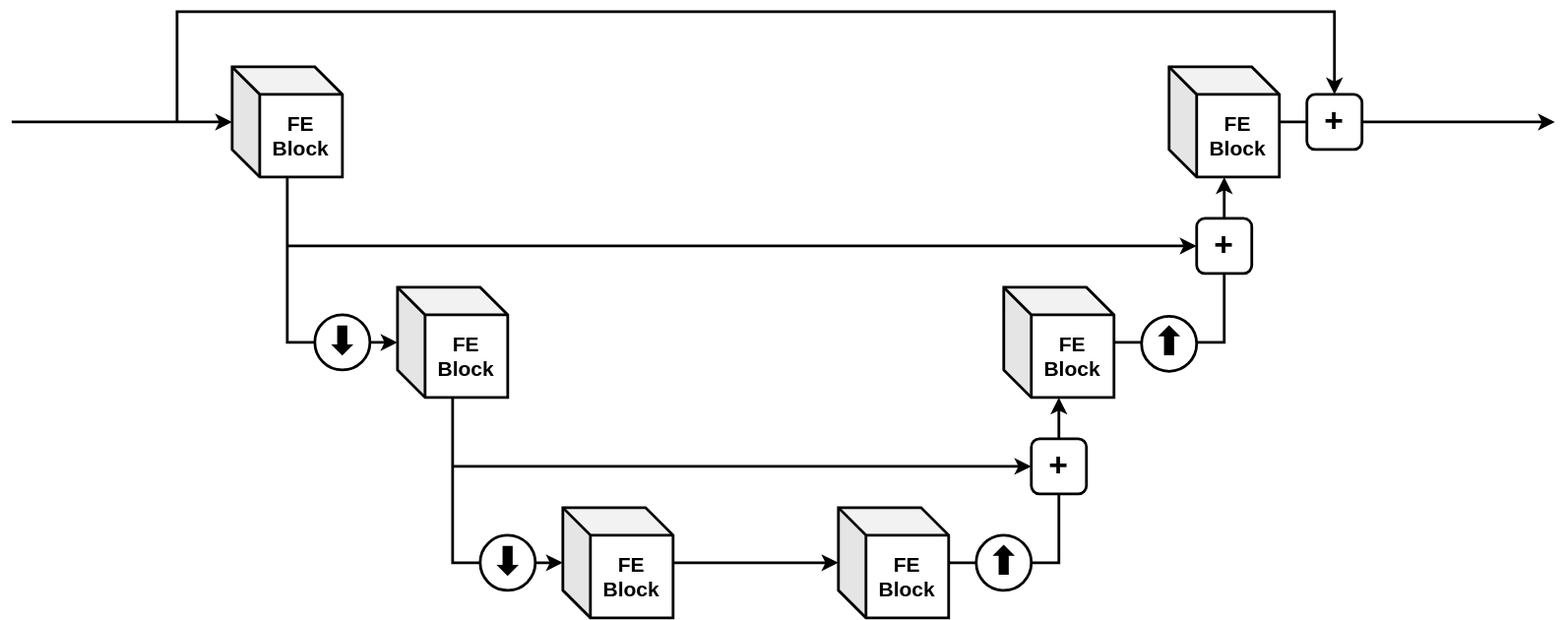
yyhtbs-yye/xiaonanhe-paper-figures keeps this draw.io diagram as paper 1 - fe architecture.svg. Above is the earlier version. Source tidied: cells renumbered, new cells last; positions are measured from the earlier drawing's top-left corner, leaving out a move shared by most shapes. The source it was exported from:
```xml
<mxGraphModel>
  <root>
    <mxCell id="0" />
    <mxCell id="1" parent="0" />
    <mxCell id="2" value="FE&lt;br style=&quot;font-size: 15px;&quot;&gt;Block" style="shape=cube;whiteSpace=wrap;html=1;boundedLbl=1;backgroundOutline=1;darkOpacity=0.05;darkOpacity2=0.1;strokeWidth=2;fontStyle=1;fontSize=15;" parent="1" vertex="1">
      <mxGeometry x="160" y="40" width="80" height="80" as="geometry" />
    </mxCell>
    <mxCell id="3" value="FE&lt;br style=&quot;border-color: var(--border-color);&quot;&gt;Block" style="shape=cube;whiteSpace=wrap;html=1;boundedLbl=1;backgroundOutline=1;darkOpacity=0.05;darkOpacity2=0.1;strokeWidth=2;fontStyle=1;fontSize=15;" parent="1" vertex="1">
      <mxGeometry x="280" y="200" width="80" height="80" as="geometry" />
    </mxCell>
    <mxCell id="4" value="FE&lt;br style=&quot;border-color: var(--border-color);&quot;&gt;Block" style="shape=cube;whiteSpace=wrap;html=1;boundedLbl=1;backgroundOutline=1;darkOpacity=0.05;darkOpacity2=0.1;strokeWidth=2;fontStyle=1;fontSize=15;" parent="1" vertex="1">
      <mxGeometry x="400" y="360" width="80" height="80" as="geometry" />
    </mxCell>
    <mxCell id="5" value="FE&lt;br style=&quot;border-color: var(--border-color);&quot;&gt;Block" style="shape=cube;whiteSpace=wrap;html=1;boundedLbl=1;backgroundOutline=1;darkOpacity=0.05;darkOpacity2=0.1;strokeWidth=2;fontStyle=1;fontSize=15;" parent="1" vertex="1">
      <mxGeometry x="600" y="360" width="80" height="80" as="geometry" />
    </mxCell>
    <mxCell id="6" value="FE&lt;br style=&quot;border-color: var(--border-color);&quot;&gt;Block" style="shape=cube;whiteSpace=wrap;html=1;boundedLbl=1;backgroundOutline=1;darkOpacity=0.05;darkOpacity2=0.1;strokeWidth=2;fontStyle=1;fontSize=15;" parent="1" vertex="1">
      <mxGeometry x="720" y="200" width="80" height="80" as="geometry" />
    </mxCell>
    <mxCell id="7" value="FE&lt;br style=&quot;border-color: var(--border-color);&quot;&gt;Block" style="shape=cube;whiteSpace=wrap;html=1;boundedLbl=1;backgroundOutline=1;darkOpacity=0.05;darkOpacity2=0.1;strokeWidth=2;fontStyle=1;fontSize=15;" parent="1" vertex="1">
      <mxGeometry x="840" y="40" width="80" height="80" as="geometry" />
    </mxCell>
    <mxCell id="8" style="endArrow=classic;html=1;rounded=0;strokeWidth=2;fontStyle=1;" parent="1" edge="1" source="2" target="3">
      <mxGeometry relative="1" as="geometry">
        <Array as="points">
          <mxPoint x="200" y="240" />
        </Array>
      </mxGeometry>
    </mxCell>
    <mxCell id="9" style="endArrow=classic;html=1;rounded=0;strokeWidth=2;fontStyle=1;" parent="1" edge="1" source="3" target="4">
      <mxGeometry relative="1" as="geometry">
        <Array as="points">
          <mxPoint x="320" y="400" />
        </Array>
      </mxGeometry>
    </mxCell>
    <mxCell id="10" style="endArrow=classic;html=1;rounded=0;strokeWidth=2;fontStyle=1;" parent="1" edge="1" source="4">
      <mxGeometry relative="1" as="geometry">
        <mxPoint x="600" y="400" as="targetPoint" />
      </mxGeometry>
    </mxCell>
    <mxCell id="11" style="endArrow=classic;html=1;rounded=0;strokeWidth=2;fontStyle=1;" parent="1" edge="1" source="5" target="6">
      <mxGeometry relative="1" as="geometry">
        <Array as="points">
          <mxPoint x="760" y="400" />
        </Array>
      </mxGeometry>
    </mxCell>
    <mxCell id="12" style="endArrow=classic;html=1;rounded=0;strokeWidth=2;fontStyle=1;" parent="1" edge="1" target="7">
      <mxGeometry relative="1" as="geometry">
        <mxPoint x="800" y="240" as="sourcePoint" />
        <Array as="points">
          <mxPoint x="880" y="240" />
        </Array>
      </mxGeometry>
    </mxCell>
    <mxCell id="13" style="ellipse;whiteSpace=wrap;html=1;strokeWidth=2;fontStyle=1;" parent="1" vertex="1">
      <mxGeometry x="820" y="221" width="40" height="40" as="geometry" />
    </mxCell>
    <mxCell id="14" value="⬆" style="text;html=1;strokeColor=none;fillColor=none;align=center;verticalAlign=middle;whiteSpace=wrap;rounded=0;fontSize=27;fontStyle=1;strokeWidth=2;" parent="1" vertex="1">
      <mxGeometry x="830" y="231" width="20" height="20" as="geometry" />
    </mxCell>
    <mxCell id="15" value="+" style="rounded=1;whiteSpace=wrap;html=1;strokeWidth=2;fontSize=24;fontStyle=1;" parent="1" vertex="1">
      <mxGeometry x="740" y="310" width="40" height="40" as="geometry" />
    </mxCell>
    <mxCell id="16" value="+" style="rounded=1;whiteSpace=wrap;html=1;strokeWidth=2;fontSize=24;fontStyle=1;" parent="1" vertex="1">
      <mxGeometry x="860" y="150" width="40" height="40" as="geometry" />
    </mxCell>
    <mxCell id="17" style="endArrow=classic;html=1;rounded=0;strokeWidth=2;fontSize=13;" parent="1" edge="1" target="2">
      <mxGeometry relative="1" as="geometry">
        <mxPoint y="80" as="sourcePoint" />
      </mxGeometry>
    </mxCell>
    <mxCell id="18" style="endArrow=classic;html=1;rounded=0;strokeWidth=2;fontSize=13;" parent="1" edge="1" source="7">
      <mxGeometry relative="1" as="geometry">
        <mxPoint x="1120" y="80" as="targetPoint" />
      </mxGeometry>
    </mxCell>
    <mxCell id="19" value="+" style="rounded=1;whiteSpace=wrap;html=1;strokeWidth=2;fontSize=24;fontStyle=1;" parent="1" vertex="1">
      <mxGeometry x="940" y="60" width="40" height="40" as="geometry" />
    </mxCell>
    <mxCell id="20" style="group;" parent="1" vertex="1">
      <mxGeometry x="700" y="380" width="40" height="40" as="geometry" />
    </mxCell>
    <mxCell id="21" style="ellipse;whiteSpace=wrap;html=1;strokeWidth=2;fontStyle=1;" parent="20" vertex="1">
      <mxGeometry width="40" height="40" as="geometry" />
    </mxCell>
    <mxCell id="22" value="⬆" style="text;html=1;strokeColor=none;fillColor=none;align=center;verticalAlign=middle;whiteSpace=wrap;rounded=0;fontSize=27;fontStyle=1;strokeWidth=2;" parent="20" vertex="1">
      <mxGeometry x="10" y="10" width="20" height="20" as="geometry" />
    </mxCell>
    <mxCell id="23" style="group;" parent="1" vertex="1">
      <mxGeometry x="340" y="380" width="40" height="40" as="geometry" />
    </mxCell>
    <mxCell id="24" style="ellipse;whiteSpace=wrap;html=1;strokeWidth=2;fontStyle=1;" parent="23" vertex="1">
      <mxGeometry width="40" height="40" as="geometry" />
    </mxCell>
    <mxCell id="25" value="⬇" style="text;html=1;strokeColor=none;fillColor=none;align=center;verticalAlign=middle;whiteSpace=wrap;rounded=0;fontSize=27;fontStyle=1;strokeWidth=2;" parent="23" vertex="1">
      <mxGeometry x="10" y="10" width="20" height="20" as="geometry" />
    </mxCell>
    <mxCell id="26" style="group;" parent="1" vertex="1">
      <mxGeometry x="220" y="220" width="40" height="40" as="geometry" />
    </mxCell>
    <mxCell id="27" style="ellipse;whiteSpace=wrap;html=1;strokeWidth=2;fontStyle=1;" parent="26" vertex="1">
      <mxGeometry width="40" height="40" as="geometry" />
    </mxCell>
    <mxCell id="28" value="⬇" style="text;html=1;strokeColor=none;fillColor=none;align=center;verticalAlign=middle;whiteSpace=wrap;rounded=0;fontSize=27;fontStyle=1;strokeWidth=2;" parent="26" vertex="1">
      <mxGeometry x="10" y="10" width="20" height="20" as="geometry" />
    </mxCell>
    <mxCell id="29" style="endArrow=classic;html=1;rounded=0;strokeWidth=2;fontSize=24;" parent="1" edge="1" target="15">
      <mxGeometry relative="1" as="geometry">
        <mxPoint x="320" y="330" as="sourcePoint" />
      </mxGeometry>
    </mxCell>
    <mxCell id="30" style="endArrow=classic;html=1;rounded=0;strokeWidth=2;fontSize=24;" parent="1" edge="1" target="16">
      <mxGeometry relative="1" as="geometry">
        <mxPoint x="200" y="170" as="sourcePoint" />
      </mxGeometry>
    </mxCell>
    <mxCell id="31" style="endArrow=classic;html=1;rounded=0;strokeWidth=2;fontSize=24;" parent="1" edge="1" target="19">
      <mxGeometry relative="1" as="geometry">
        <mxPoint x="120" y="80" as="sourcePoint" />
        <Array as="points">
          <mxPoint x="120" />
          <mxPoint x="960" />
        </Array>
      </mxGeometry>
    </mxCell>
  </root>
</mxGraphModel>
```
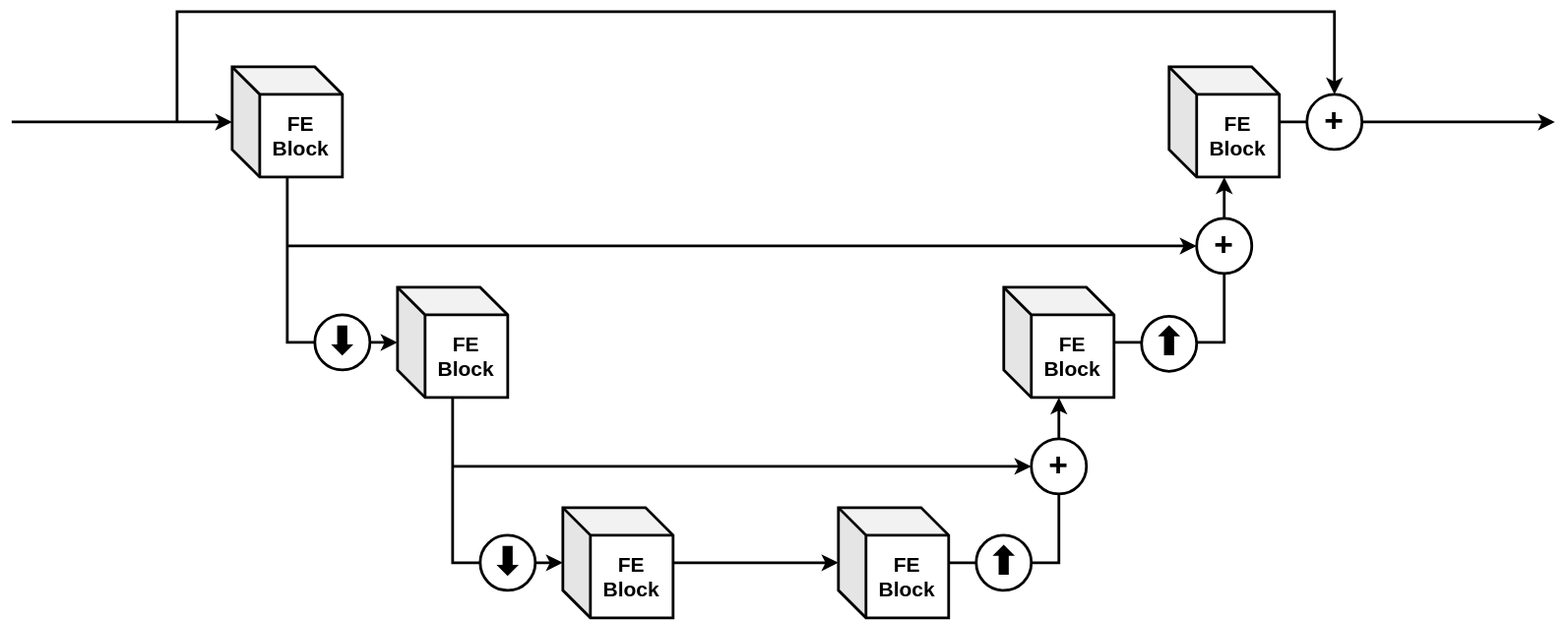
The same file after the commit.

What changed in the source:
```diff
@@ -60,10 +60,10 @@
     <mxCell id="14" value="⬆" style="text;html=1;strokeColor=none;fillColor=none;align=center;verticalAlign=middle;whiteSpace=wrap;rounded=0;fontSize=27;fontStyle=1;strokeWidth=2;" parent="1" vertex="1">
       <mxGeometry x="830" y="231" width="20" height="20" as="geometry" />
     </mxCell>
-    <mxCell id="15" value="+" style="rounded=1;whiteSpace=wrap;html=1;strokeWidth=2;fontSize=24;fontStyle=1;" parent="1" vertex="1">
+    <mxCell id="15" value="+" style="rounded=1;whiteSpace=wrap;html=1;strokeWidth=2;fontSize=24;fontStyle=1;arcSize=50;" parent="1" vertex="1">
       <mxGeometry x="740" y="310" width="40" height="40" as="geometry" />
     </mxCell>
-    <mxCell id="16" value="+" style="rounded=1;whiteSpace=wrap;html=1;strokeWidth=2;fontSize=24;fontStyle=1;" parent="1" vertex="1">
+    <mxCell id="16" value="+" style="rounded=1;whiteSpace=wrap;html=1;strokeWidth=2;fontSize=24;fontStyle=1;arcSize=50;" parent="1" vertex="1">
       <mxGeometry x="860" y="150" width="40" height="40" as="geometry" />
     </mxCell>
     <mxCell id="17" style="endArrow=classic;html=1;rounded=0;strokeWidth=2;fontSize=13;" parent="1" edge="1" target="2">
@@ -76,7 +76,7 @@
         <mxPoint x="1120" y="80" as="targetPoint" />
       </mxGeometry>
     </mxCell>
-    <mxCell id="19" value="+" style="rounded=1;whiteSpace=wrap;html=1;strokeWidth=2;fontSize=24;fontStyle=1;" parent="1" vertex="1">
+    <mxCell id="19" value="+" style="rounded=1;whiteSpace=wrap;html=1;strokeWidth=2;fontSize=24;fontStyle=1;arcSize=50;" parent="1" vertex="1">
       <mxGeometry x="940" y="60" width="40" height="40" as="geometry" />
     </mxCell>
     <mxCell id="20" style="group;" parent="1" vertex="1">
```
